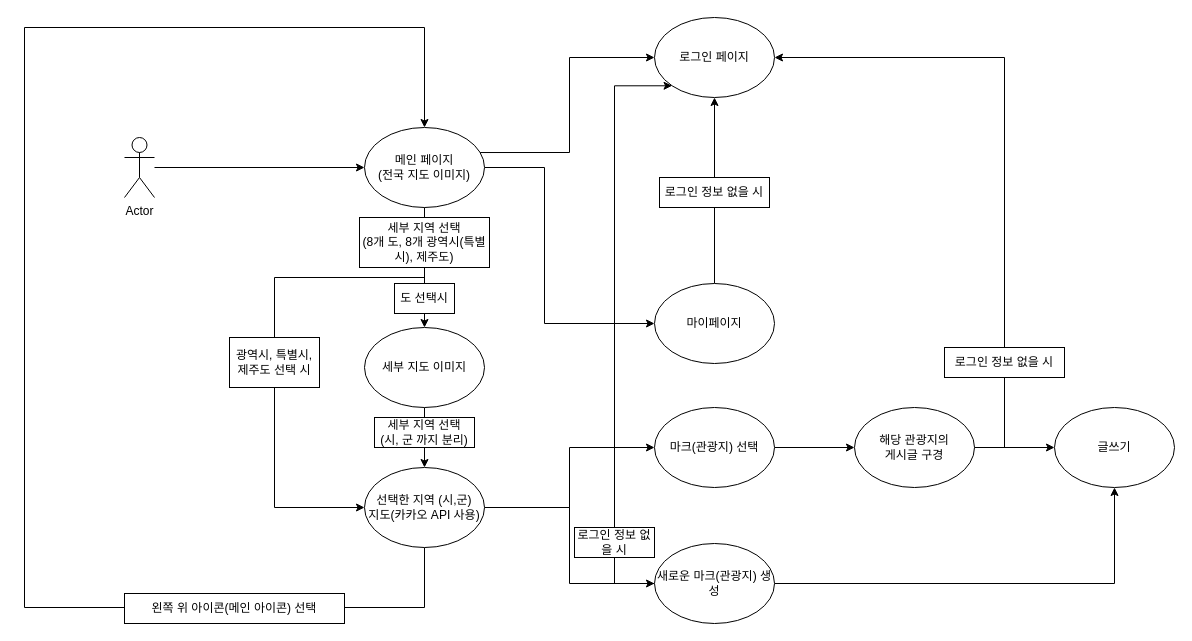
The draw.io diagram diagram/usecase copy.drawio in super-step/project-footprint, before the edit. Source tidied: cells renumbered, new cells numbered last; positions are measured from the earlier drawing's top-left corner, leaving out a move shared by most shapes. Both pictures are drawn from the tidied source at 100%, with x=0, y=0 at pixel (24, 17).
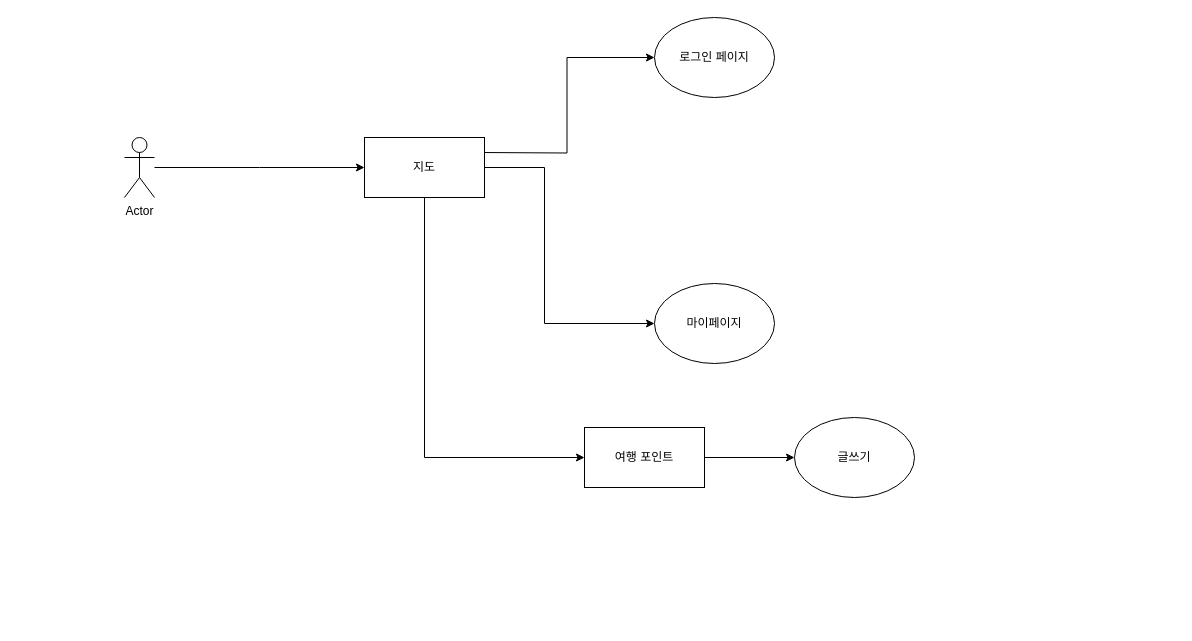
The same page after the edit.

The change refers to these unchanged cells:
```xml
<mxCell id="3" value="Actor" style="shape=umlActor;verticalLabelPosition=bottom;verticalAlign=top;html=1;outlineConnect=0;" parent="1" vertex="1">
  <mxGeometry x="100" y="120" width="30" height="60" as="geometry" />
</mxCell>
<mxCell id="9" value="로그인 페이지" style="ellipse;whiteSpace=wrap;html=1;" parent="1" vertex="1">
  <mxGeometry x="630" width="120" height="80" as="geometry" />
</mxCell>
<mxCell id="11" value="마이페이지" style="ellipse;whiteSpace=wrap;html=1;" parent="1" vertex="1">
  <mxGeometry x="630" y="266" width="120" height="80" as="geometry" />
</mxCell>
```

Change to the diagram source:
```diff
@@
-    <mxCell id="2" style="edgeStyle=orthogonalEdgeStyle;rounded=0;jettySize=auto;html=1;entryX=0;entryY=0.5;entryDx=0;entryDy=0;" parent="1" edge="1" source="3" target="8">
-      <mxGeometry relative="1" as="geometry" />
+    <mxCell id="2" style="edgeStyle=orthogonalEdgeStyle;rounded=0;jettySize=auto;html=1;entryX=0;entryY=0.5;entryDx=0;entryDy=0;" parent="1" edge="1" source="3">
+      <mxGeometry relative="1" as="geometry">
+        <mxPoint x="340" y="150" as="targetPoint" />
+      </mxGeometry>
     </mxCell>
@@
-    <mxCell id="4" style="edgeStyle=orthogonalEdgeStyle;rounded=0;jettySize=auto;html=1;entryX=0;entryY=0.5;entryDx=0;entryDy=0;exitX=0.95;exitY=0.313;exitDx=0;exitDy=0;exitPerimeter=0;" parent="1" edge="1" source="8" target="9">
-      <mxGeometry relative="1" as="geometry" />
+    <mxCell id="4" style="edgeStyle=orthogonalEdgeStyle;rounded=0;jettySize=auto;html=1;entryX=0;entryY=0.5;entryDx=0;entryDy=0;exitX=0.95;exitY=0.313;exitDx=0;exitDy=0;exitPerimeter=0;" parent="1" edge="1" target="9">
+      <mxGeometry relative="1" as="geometry">
+        <mxPoint x="454" y="135" as="sourcePoint" />
+      </mxGeometry>
     </mxCell>
-    <mxCell id="5" style="edgeStyle=orthogonalEdgeStyle;rounded=0;jettySize=auto;html=1;" parent="1" edge="1" source="8" target="13">
-      <mxGeometry relative="1" as="geometry" />
-    </mxCell>
-    <mxCell id="6" style="edgeStyle=orthogonalEdgeStyle;rounded=0;jettySize=auto;html=1;exitX=1;exitY=0.5;exitDx=0;exitDy=0;entryX=0;entryY=0.5;entryDx=0;entryDy=0;" parent="1" edge="1" source="8" target="11">
+    <mxCell id="6" style="edgeStyle=orthogonalEdgeStyle;rounded=0;jettySize=auto;html=1;exitX=1;exitY=0.5;exitDx=0;exitDy=0;entryX=0;entryY=0.5;entryDx=0;entryDy=0;" parent="1" edge="1" target="11">
       <mxGeometry relative="1" as="geometry">
+        <mxPoint x="460" y="150" as="sourcePoint" />
         <Array as="points">
           <mxPoint x="520" y="150" />
           <mxPoint x="520" y="306" />
         </Array>
       </mxGeometry>
     </mxCell>
-    <mxCell id="7" style="edgeStyle=orthogonalEdgeStyle;rounded=0;jettySize=auto;html=1;entryX=0;entryY=0.5;entryDx=0;entryDy=0;" parent="1" edge="1" source="8" target="18">
-      <mxGeometry relative="1" as="geometry">
-        <Array as="points">
-          <mxPoint x="400" y="260" />
-          <mxPoint x="250" y="260" />
-          <mxPoint x="250" y="490" />
-        </Array>
-      </mxGeometry>
-    </mxCell>
-    <mxCell id="8" value="메인 페이지&lt;br&gt;(전국 지도 이미지)" style="ellipse;whiteSpace=wrap;html=1;" parent="1" vertex="1">
-      <mxGeometry x="340" y="110" width="120" height="80" as="geometry" />
-    </mxCell>
@@
-    <mxCell id="10" style="edgeStyle=orthogonalEdgeStyle;rounded=0;jettySize=auto;html=1;entryX=0.5;entryY=1;entryDx=0;entryDy=0;exitX=0.5;exitY=0;exitDx=0;exitDy=0;" parent="1" edge="1" source="11" target="9">
-      <mxGeometry relative="1" as="geometry" />
-    </mxCell>
@@
-    <mxCell id="12" style="edgeStyle=orthogonalEdgeStyle;rounded=0;jettySize=auto;html=1;entryX=0.5;entryY=0;entryDx=0;entryDy=0;" parent="1" edge="1" source="13" target="18">
-      <mxGeometry relative="1" as="geometry" />
-    </mxCell>
-    <mxCell id="13" value="세부 지도 이미지" style="ellipse;whiteSpace=wrap;html=1;" parent="1" vertex="1">
-      <mxGeometry x="340" y="310" width="120" height="80" as="geometry" />
-    </mxCell>
-    <mxCell id="14" value="세부 지역 선택&lt;br&gt;(8개 도, 8개 광역시(특별시), 제주도)" style="text;html=1;strokeColor=default;fillColor=default;align=center;verticalAlign=middle;whiteSpace=wrap;rounded=0;" parent="1" vertex="1">
-      <mxGeometry x="335" y="200" width="130" height="50" as="geometry" />
-    </mxCell>
-    <mxCell id="15" style="edgeStyle=orthogonalEdgeStyle;rounded=0;jettySize=auto;html=1;entryX=0.5;entryY=0;entryDx=0;entryDy=0;exitX=0.5;exitY=1;exitDx=0;exitDy=0;" parent="1" edge="1" source="18" target="8">
+    <mxCell id="15" style="edgeStyle=orthogonalEdgeStyle;rounded=0;orthogonalLoop=1;jettySize=auto;html=1;entryX=0.5;entryY=0;entryDx=0;entryDy=0;exitX=0.5;exitY=1;exitDx=0;exitDy=0;" parent="1" edge="1">
       <mxGeometry relative="1" as="geometry">
+        <mxPoint x="400" y="110" as="targetPoint" />
         <Array as="points">
           <mxPoint x="400" y="590" />
           <mxPoint y="590" />
           <mxPoint y="10" />
           <mxPoint x="400" y="10" />
         </Array>
       </mxGeometry>
     </mxCell>
-    <mxCell id="16" style="edgeStyle=orthogonalEdgeStyle;rounded=0;jettySize=auto;html=1;entryX=0;entryY=0.5;entryDx=0;entryDy=0;" parent="1" edge="1" source="18" target="24">
-      <mxGeometry relative="1" as="geometry" />
-    </mxCell>
-    <mxCell id="17" style="edgeStyle=orthogonalEdgeStyle;rounded=0;jettySize=auto;html=1;entryX=0;entryY=0.5;entryDx=0;entryDy=0;" parent="1" edge="1" source="18" target="28">
+    <mxCell id="17" style="edgeStyle=orthogonalEdgeStyle;rounded=0;jettySize=auto;html=1;entryX=0;entryY=0.5;entryDx=0;entryDy=0;exitX=0.5;exitY=1;exitDx=0;exitDy=0;" parent="1" edge="1" source="35" target="36">
       <mxGeometry relative="1" as="geometry" />
     </mxCell>
-    <mxCell id="18" value="선택한 지역 (시,군) &lt;br&gt;지도(카카오 API 사용)" style="ellipse;whiteSpace=wrap;html=1;" parent="1" vertex="1">
-      <mxGeometry x="340" y="450" width="120" height="80" as="geometry" />
-    </mxCell>
-    <mxCell id="19" value="세부 지역 선택&lt;br&gt;(시, 군 까지 분리)" style="text;html=1;strokeColor=default;fillColor=default;align=center;verticalAlign=middle;whiteSpace=wrap;rounded=0;" parent="1" vertex="1">
-      <mxGeometry x="350" y="400" width="100" height="30" as="geometry" />
-    </mxCell>
-    <mxCell id="20" value="광역시, 특별시, 제주도 선택 시" style="text;html=1;strokeColor=default;fillColor=default;align=center;verticalAlign=middle;whiteSpace=wrap;rounded=0;" parent="1" vertex="1">
-      <mxGeometry x="205" y="320" width="90" height="50" as="geometry" />
-    </mxCell>
-    <mxCell id="21" value="도 선택시" style="text;html=1;strokeColor=default;fillColor=default;align=center;verticalAlign=middle;whiteSpace=wrap;rounded=0;" parent="1" vertex="1">
-      <mxGeometry x="370" y="266" width="60" height="30" as="geometry" />
-    </mxCell>
-    <mxCell id="22" value="왼쪽 위 아이콘(메인 아이콘) 선택" style="text;html=1;strokeColor=default;fillColor=default;align=center;verticalAlign=middle;whiteSpace=wrap;rounded=0;" parent="1" vertex="1">
-      <mxGeometry x="100" y="576" width="220" height="30" as="geometry" />
-    </mxCell>
-    <mxCell id="23" style="edgeStyle=orthogonalEdgeStyle;rounded=0;jettySize=auto;html=1;" parent="1" edge="1" source="24" target="31">
-      <mxGeometry relative="1" as="geometry" />
-    </mxCell>
-    <mxCell id="24" value="마크(관광지) 선택" style="ellipse;whiteSpace=wrap;html=1;" parent="1" vertex="1">
-      <mxGeometry x="630" y="390" width="120" height="80" as="geometry" />
-    </mxCell>
-    <mxCell id="25" value="로그인 정보 없을 시" style="text;html=1;strokeColor=default;fillColor=default;align=center;verticalAlign=middle;whiteSpace=wrap;rounded=0;" parent="1" vertex="1">
-      <mxGeometry x="635" y="160" width="110" height="30" as="geometry" />
-    </mxCell>
-    <mxCell id="26" style="edgeStyle=orthogonalEdgeStyle;rounded=0;jettySize=auto;html=1;entryX=0;entryY=1;entryDx=0;entryDy=0;exitX=0;exitY=0.5;exitDx=0;exitDy=0;" parent="1" edge="1" source="28" target="9">
-      <mxGeometry relative="1" as="geometry">
-        <Array as="points">
-          <mxPoint x="590" y="566" />
-          <mxPoint x="590" y="68" />
-        </Array>
-      </mxGeometry>
-    </mxCell>
-    <mxCell id="27" style="edgeStyle=orthogonalEdgeStyle;rounded=0;jettySize=auto;html=1;entryX=0.5;entryY=1;entryDx=0;entryDy=0;" parent="1" edge="1" source="28" target="32">
-      <mxGeometry relative="1" as="geometry" />
-    </mxCell>
-    <mxCell id="28" value="새로운 마크(관광지) 생성" style="ellipse;whiteSpace=wrap;html=1;" parent="1" vertex="1">
-      <mxGeometry x="630" y="526" width="120" height="80" as="geometry" />
-    </mxCell>
-    <mxCell id="29" style="edgeStyle=orthogonalEdgeStyle;rounded=0;jettySize=auto;html=1;" parent="1" edge="1" source="31" target="32">
+    <mxCell id="29" style="edgeStyle=orthogonalEdgeStyle;rounded=0;jettySize=auto;html=1;exitX=1;exitY=0.5;exitDx=0;exitDy=0;" parent="1" edge="1" source="36" target="32">
       <mxGeometry relative="1" as="geometry" />
     </mxCell>
-    <mxCell id="30" style="edgeStyle=orthogonalEdgeStyle;rounded=0;jettySize=auto;html=1;entryX=1;entryY=0.5;entryDx=0;entryDy=0;" parent="1" edge="1" source="31" target="9">
-      <mxGeometry relative="1" as="geometry">
-        <Array as="points">
-          <mxPoint x="980" y="430" />
-          <mxPoint x="980" y="40" />
-        </Array>
-      </mxGeometry>
-    </mxCell>
-    <mxCell id="31" value="해당 관광지의 &lt;br&gt;게시글 구경" style="ellipse;whiteSpace=wrap;html=1;" parent="1" vertex="1">
-      <mxGeometry x="830" y="390" width="120" height="80" as="geometry" />
-    </mxCell>
     <mxCell id="32" value="글쓰기" style="ellipse;whiteSpace=wrap;html=1;" parent="1" vertex="1">
-      <mxGeometry x="1030" y="390" width="120" height="80" as="geometry" />
+      <mxGeometry x="770" y="400" width="120" height="80" as="geometry" />
     </mxCell>
-    <mxCell id="33" value="로그인 정보 없을 시" style="text;html=1;strokeColor=default;fillColor=default;align=center;verticalAlign=middle;whiteSpace=wrap;rounded=0;" parent="1" vertex="1">
-      <mxGeometry x="920" y="330" width="120" height="30" as="geometry" />
-    </mxCell>
-    <mxCell id="34" value="로그인 정보 없을 시" style="text;html=1;strokeColor=default;fillColor=default;align=center;verticalAlign=middle;whiteSpace=wrap;rounded=0;" parent="1" vertex="1">
-      <mxGeometry x="550" y="510" width="80" height="30" as="geometry" />
-    </mxCell>
+    <mxCell id="35" value="지도" style="rounded=0;whiteSpace=wrap;html=1;" parent="1" vertex="1">
+      <mxGeometry x="340" y="120" width="120" height="60" as="geometry" />
+    </mxCell>
+    <mxCell id="36" value="여행 포인트" style="rounded=0;whiteSpace=wrap;html=1;" parent="1" vertex="1">
+      <mxGeometry x="560" y="410" width="120" height="60" as="geometry" />
+    </mxCell>
```
